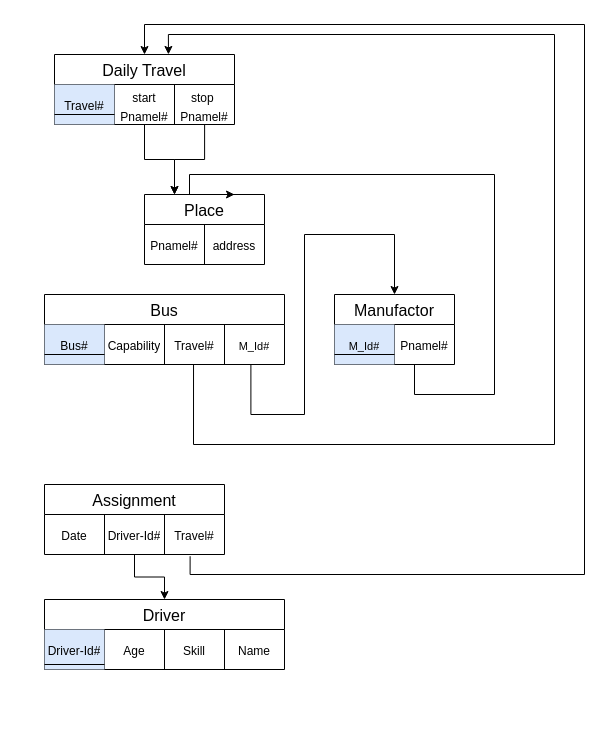
Earlier version of the draw.io diagram page "QA_2" (3 of 3) of databasemgrCourse/assignment1.drawio (turswiming/drawio_file). Source tidied: cells renumbered, new cells numbered last; positions are measured from the earlier drawing's top-left corner, leaving out a move shared by most shapes. Both pictures are drawn from the tidied source at 100%, with x=0, y=0 at pixel (44, 24).
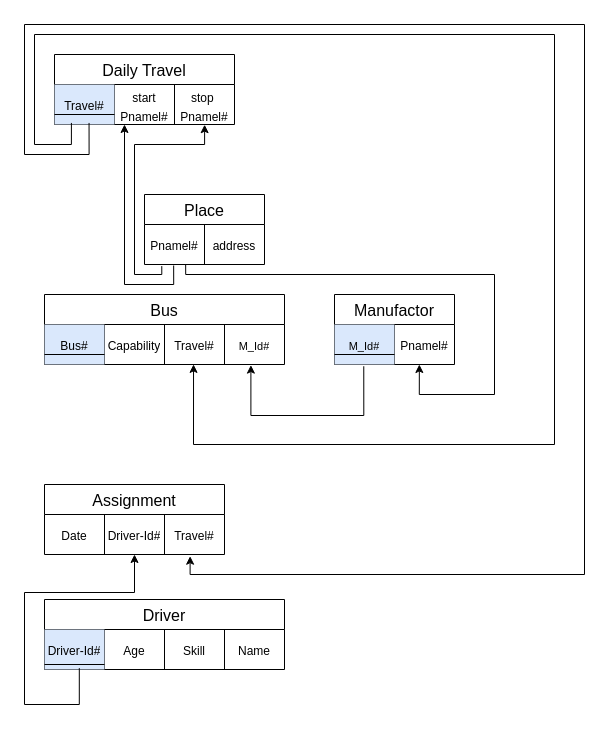
Above is the later version.

Commit message:
rearrange arrow dir

Unchanged cells that the change refers to:
```xml
<mxCell id="3" value="Daily Travel" style="shape=table;startSize=30;childLayout=tableLayout;strokeColor=default;fontSize=16;" parent="1" vertex="1">
  <mxGeometry x="10" y="30" width="180" height="70" as="geometry" />
</mxCell>
<mxCell id="4" style="shape=tableRow;horizontal=0;startSize=0;swimlaneHead=0;swimlaneBody=0;strokeColor=inherit;top=0;left=0;bottom=0;right=0;fillColor=none;points=[[0,0.5],[1,0.5]];portConstraint=eastwest;fontSize=16;" parent="3" vertex="1">
  <mxGeometry y="30" width="180" height="40" as="geometry" />
</mxCell>
<mxCell id="8" value="Place" style="shape=table;startSize=30;childLayout=tableLayout;strokeColor=default;fontSize=16;" parent="1" vertex="1">
  <mxGeometry x="100" y="170" width="120" height="70" as="geometry" />
</mxCell>
<mxCell id="9" style="shape=tableRow;horizontal=0;startSize=0;swimlaneHead=0;swimlaneBody=0;strokeColor=inherit;top=0;left=0;bottom=0;right=0;fillColor=none;points=[[0,0.5],[1,0.5]];portConstraint=eastwest;fontSize=16;" parent="8" vertex="1">
  <mxGeometry y="30" width="120" height="40" as="geometry" />
</mxCell>
<mxCell id="14" style="shape=tableRow;horizontal=0;startSize=0;swimlaneHead=0;swimlaneBody=0;strokeColor=inherit;top=0;left=0;bottom=0;right=0;fillColor=none;points=[[0,0.5],[1,0.5]];portConstraint=eastwest;fontSize=16;" parent="13" vertex="1">
  <mxGeometry y="30" width="240" height="40" as="geometry" />
</mxCell>
<mxCell id="20" value="Manufactor" style="shape=table;startSize=30;childLayout=tableLayout;strokeColor=default;fontSize=16;" parent="1" vertex="1">
  <mxGeometry x="290" y="270" width="120" height="70" as="geometry" />
</mxCell>
<mxCell id="21" style="shape=tableRow;horizontal=0;startSize=0;swimlaneHead=0;swimlaneBody=0;strokeColor=inherit;top=0;left=0;bottom=0;right=0;fillColor=none;points=[[0,0.5],[1,0.5]];portConstraint=eastwest;fontSize=16;" parent="20" vertex="1">
  <mxGeometry y="30" width="120" height="40" as="geometry" />
</mxCell>
<mxCell id="26" value="Driver" style="shape=table;startSize=30;childLayout=tableLayout;strokeColor=default;fontSize=16;" parent="1" vertex="1">
  <mxGeometry y="575" width="240" height="70" as="geometry" />
</mxCell>
<mxCell id="27" style="shape=tableRow;horizontal=0;startSize=0;swimlaneHead=0;swimlaneBody=0;strokeColor=inherit;top=0;left=0;bottom=0;right=0;fillColor=none;points=[[0,0.5],[1,0.5]];portConstraint=eastwest;fontSize=16;" parent="26" vertex="1">
  <mxGeometry y="30" width="240" height="40" as="geometry" />
</mxCell>
<mxCell id="33" value="Assignment" style="shape=table;startSize=30;childLayout=tableLayout;strokeColor=default;fontSize=16;" parent="1" vertex="1">
  <mxGeometry y="460" width="180" height="70" as="geometry" />
</mxCell>
<mxCell id="34" style="shape=tableRow;horizontal=0;startSize=0;swimlaneHead=0;swimlaneBody=0;strokeColor=inherit;top=0;left=0;bottom=0;right=0;fillColor=none;points=[[0,0.5],[1,0.5]];portConstraint=eastwest;fontSize=16;" parent="33" vertex="1">
  <mxGeometry y="30" width="180" height="40" as="geometry" />
</mxCell>
```

Diff of the diagram source:
```diff
@@
-    <mxCell id="2" style="edgeStyle=orthogonalEdgeStyle;rounded=0;jettySize=auto;html=1;entryX=0.25;entryY=0;entryDx=0;entryDy=0;" parent="1" edge="1" source="3" target="8">
-      <mxGeometry relative="1" as="geometry" />
+    <mxCell id="2" style="edgeStyle=orthogonalEdgeStyle;rounded=0;jettySize=auto;html=1;entryX=0.243;entryY=1.025;entryDx=0;entryDy=0;entryPerimeter=0;endArrow=none;endFill=0;startArrow=classic;startFill=1;" parent="1" edge="1" source="3" target="9">
+      <mxGeometry relative="1" as="geometry">
+        <Array as="points">
+          <mxPoint x="80" y="260" />
+          <mxPoint x="129" y="260" />
+        </Array>
+      </mxGeometry>
     </mxCell>
@@
-    <mxCell id="12" style="endArrow=classic;html=1;rounded=0;exitX=0.834;exitY=1.005;exitDx=0;exitDy=0;exitPerimeter=0;edgeStyle=orthogonalEdgeStyle;" parent="1" edge="1" source="4">
+    <mxCell id="12" style="endArrow=none;html=1;rounded=0;exitX=0.834;exitY=1.005;exitDx=0;exitDy=0;exitPerimeter=0;edgeStyle=orthogonalEdgeStyle;entryX=0.144;entryY=1.04;entryDx=0;entryDy=0;entryPerimeter=0;startArrow=classic;startFill=1;endFill=0;" parent="1" edge="1" source="4" target="9">
       <mxGeometry relative="1" as="geometry">
-        <mxPoint x="130" y="170" as="targetPoint" />
         <Array as="points">
-          <mxPoint x="160" y="135" />
-          <mxPoint x="130" y="135" />
-          <mxPoint x="130" y="170" />
+          <mxPoint x="160" y="120" />
+          <mxPoint x="90" y="120" />
+          <mxPoint x="90" y="250" />
+          <mxPoint x="117" y="250" />
         </Array>
       </mxGeometry>
     </mxCell>
@@
-    <mxCell id="19" style="endArrow=classic;html=1;rounded=0;exitX=0.621;exitY=0.997;exitDx=0;exitDy=0;exitPerimeter=0;edgeStyle=orthogonalEdgeStyle;entryX=0.633;entryY=-0.001;entryDx=0;entryDy=0;entryPerimeter=0;" parent="1" edge="1" source="14" target="3">
+    <mxCell id="19" style="endArrow=none;html=1;rounded=0;exitX=0.621;exitY=0.997;exitDx=0;exitDy=0;exitPerimeter=0;edgeStyle=orthogonalEdgeStyle;entryX=0.094;entryY=0.961;entryDx=0;entryDy=0;entryPerimeter=0;startArrow=classic;startFill=1;endFill=0;" parent="1" edge="1" source="14" target="4">
       <mxGeometry relative="1" as="geometry">
         <Array as="points">
           <mxPoint x="149" y="420" />
           <mxPoint x="510" y="420" />
           <mxPoint x="510" y="10" />
-          <mxPoint x="124" y="10" />
+          <mxPoint x="-10" y="10" />
+          <mxPoint x="-10" y="120" />
+          <mxPoint x="27" y="120" />
         </Array>
       </mxGeometry>
     </mxCell>
@@
-    <mxCell id="24" style="endArrow=classic;html=1;rounded=0;edgeStyle=orthogonalEdgeStyle;exitX=0.86;exitY=1.001;exitDx=0;exitDy=0;exitPerimeter=0;entryX=0.5;entryY=0;entryDx=0;entryDy=0;" parent="1" edge="1" source="14" target="20">
+    <mxCell id="24" style="endArrow=none;html=1;rounded=0;edgeStyle=orthogonalEdgeStyle;exitX=0.86;exitY=1.001;exitDx=0;exitDy=0;exitPerimeter=0;entryX=0.244;entryY=1.044;entryDx=0;entryDy=0;entryPerimeter=0;startArrow=classic;startFill=1;endFill=0;" parent="1" edge="1" target="21">
       <mxGeometry relative="1" as="geometry">
+        <mxPoint x="206.4" y="340.6" as="sourcePoint" />
         <Array as="points">
-          <mxPoint x="206" y="390" />
-          <mxPoint x="260" y="390" />
-          <mxPoint x="260" y="210" />
-          <mxPoint x="350" y="210" />
+          <mxPoint x="206" y="391" />
+          <mxPoint x="320" y="391" />
+          <mxPoint x="320" y="342" />
         </Array>
       </mxGeometry>
     </mxCell>
-    <mxCell id="25" style="endArrow=classic;html=1;rounded=0;edgeStyle=orthogonalEdgeStyle;exitX=0.707;exitY=1;exitDx=0;exitDy=0;exitPerimeter=0;entryX=0.75;entryY=0;entryDx=0;entryDy=0;" parent="1" edge="1" source="21" target="8">
+    <mxCell id="25" style="endArrow=none;html=1;rounded=0;edgeStyle=orthogonalEdgeStyle;exitX=0.707;exitY=1;exitDx=0;exitDy=0;exitPerimeter=0;entryX=0.343;entryY=1.003;entryDx=0;entryDy=0;entryPerimeter=0;startArrow=classic;startFill=1;endFill=0;" parent="1" edge="1" source="21" target="9">
       <mxGeometry relative="1" as="geometry">
         <Array as="points">
-          <mxPoint x="370" y="340" />
-          <mxPoint x="370" y="370" />
+          <mxPoint x="375" y="370" />
           <mxPoint x="450" y="370" />
-          <mxPoint x="450" y="150" />
-          <mxPoint x="145" y="150" />
+          <mxPoint x="450" y="250" />
+          <mxPoint x="141" y="250" />
         </Array>
       </mxGeometry>
     </mxCell>
@@
-    <mxCell id="32" style="edgeStyle=orthogonalEdgeStyle;rounded=0;jettySize=auto;html=1;entryX=0.5;entryY=0;entryDx=0;entryDy=0;" parent="1" edge="1" source="33" target="26">
-      <mxGeometry relative="1" as="geometry" />
+    <mxCell id="32" style="edgeStyle=orthogonalEdgeStyle;rounded=0;jettySize=auto;html=1;entryX=0.145;entryY=0.966;entryDx=0;entryDy=0;entryPerimeter=0;startArrow=classic;startFill=1;endArrow=none;endFill=0;" parent="1" edge="1" source="33" target="27">
+      <mxGeometry relative="1" as="geometry">
+        <Array as="points">
+          <mxPoint x="90" y="568" />
+          <mxPoint x="-20" y="568" />
+          <mxPoint x="-20" y="680" />
+          <mxPoint x="35" y="680" />
+        </Array>
+      </mxGeometry>
     </mxCell>
@@
-    <mxCell id="38" style="edgeStyle=orthogonalEdgeStyle;rounded=0;jettySize=auto;html=1;entryX=0.5;entryY=0;entryDx=0;entryDy=0;exitX=0.809;exitY=1.043;exitDx=0;exitDy=0;exitPerimeter=0;" parent="1" edge="1" source="34" target="3">
+    <mxCell id="38" style="edgeStyle=orthogonalEdgeStyle;rounded=0;jettySize=auto;html=1;entryX=0.192;entryY=0.961;entryDx=0;entryDy=0;exitX=0.809;exitY=1.043;exitDx=0;exitDy=0;exitPerimeter=0;entryPerimeter=0;endArrow=none;endFill=0;startArrow=classic;startFill=1;" parent="1" edge="1" source="34" target="4">
       <mxGeometry relative="1" as="geometry">
         <Array as="points">
           <mxPoint x="146" y="550" />
           <mxPoint x="540" y="550" />
           <mxPoint x="540" />
-          <mxPoint x="100" />
+          <mxPoint x="-20" />
+          <mxPoint x="-20" y="130" />
+          <mxPoint x="45" y="130" />
         </Array>
       </mxGeometry>
     </mxCell>
```
